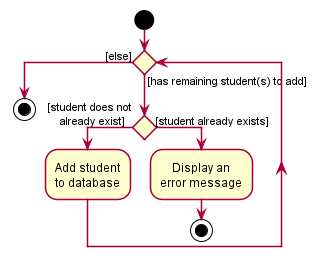
nus-cs2103-AY2122S1/tp keeps this PlantUML diagram as docs/images/AddStudentActivityDiagram.png. Above is the earlier version.
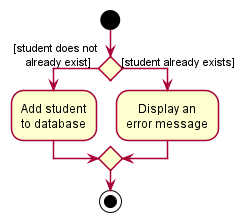
After the commit.

Commit message:
Fix wrong logic in AddStudent acitivity diagram

What changed in the source:
```diff
@@ -2,14 +2,11 @@
 !include style.puml
 
 start
-while () is ([has remaining student(s) to add])
-	if() then ([student does not\n    already exist])
-	  :Add student\nto database;
-	else ([student already exists])
-	  :Display an\nerror message;
-	  stop
-	endif
-endwhile ([else])
+if() then ([student does not\n    already exist])
+  :Add student\nto database;
+else ([student already exists])
+  :Display an\nerror message;
+endif
 stop
 
 @enduml
```
